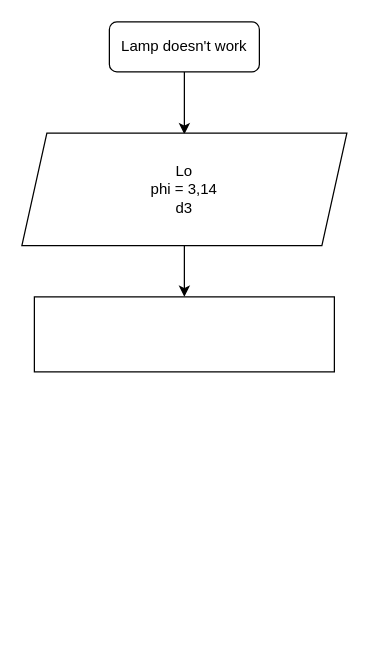
The draw.io diagram Flowchart menghitung luas lingkaran jika hanya diketahui diameter saja.drawio in leonardoalexdavinci/menghitung_luas_lingkaran_jika_hanya_diketahui_diameter_lingkaran_saja, before the edit. Source tidied: cells renumbered, new cells numbered last; positions are measured from the earlier drawing's top-left corner, leaving out a move shared by most shapes. Both pictures are drawn from the tidied source at 125%, with x=0, y=0 at pixel (21, 21).
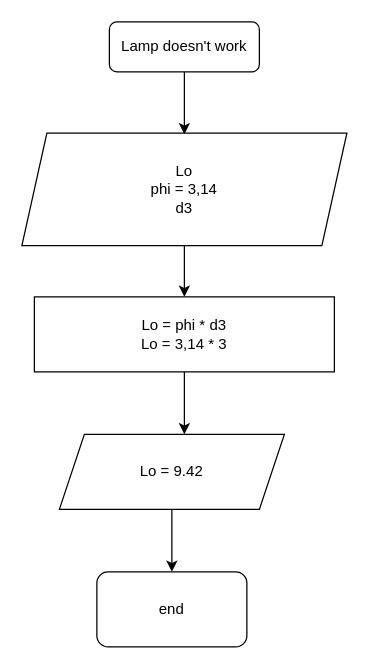
The same page after the edit.

The edit, as a diff of the source:
```diff
@@
 <mxGraphModel>
   <root>
     <mxCell id="0" />
     <mxCell id="1" parent="0" />
     <mxCell id="2" style="edgeStyle=orthogonalEdgeStyle;rounded=0;jettySize=auto;html=1;" parent="1" edge="1" source="3">
       <mxGeometry relative="1" as="geometry">
         <mxPoint x="130" y="90" as="targetPoint" />
       </mxGeometry>
     </mxCell>
     <mxCell id="3" value="Lamp doesn't work" style="rounded=1;whiteSpace=wrap;html=1;fontSize=12;glass=0;strokeWidth=1;shadow=0;" parent="1" vertex="1">
       <mxGeometry x="70" width="120" height="40" as="geometry" />
     </mxCell>
     <mxCell id="4" style="edgeStyle=orthogonalEdgeStyle;rounded=0;jettySize=auto;html=1;" parent="1" edge="1" source="5">
       <mxGeometry relative="1" as="geometry">
         <mxPoint x="130" y="220" as="targetPoint" />
       </mxGeometry>
     </mxCell>
     <mxCell id="5" value="&lt;div&gt;Lo&lt;/div&gt;&lt;div&gt;phi = 3,14&lt;br&gt;&lt;/div&gt;&lt;div&gt;d3&lt;br&gt;&lt;/div&gt;" style="shape=parallelogram;perimeter=parallelogramPerimeter;whiteSpace=wrap;html=1;fixedSize=1;" parent="1" vertex="1">
       <mxGeometry y="89" width="260" height="90" as="geometry" />
     </mxCell>
+    <mxCell id="7" style="edgeStyle=orthogonalEdgeStyle;rounded=0;jettySize=auto;html=1;" parent="1" edge="1" source="6">
+      <mxGeometry relative="1" as="geometry">
+        <mxPoint x="130" y="330" as="targetPoint" />
+      </mxGeometry>
+    </mxCell>
-    <mxCell id="6" style="rounded=0;whiteSpace=wrap;html=1;" parent="1" vertex="1">
+    <mxCell id="6" value="&lt;div&gt;Lo = phi * d3&lt;/div&gt;&lt;div&gt;Lo = 3,14 * 3 &lt;br&gt;&lt;/div&gt;" style="rounded=0;whiteSpace=wrap;html=1;" parent="1" vertex="1">
       <mxGeometry x="10" y="220" width="240" height="60" as="geometry" />
     </mxCell>
+    <mxCell id="8" style="edgeStyle=orthogonalEdgeStyle;rounded=0;jettySize=auto;html=1;" parent="1" edge="1" source="9">
+      <mxGeometry relative="1" as="geometry">
+        <mxPoint x="120" y="440" as="targetPoint" />
+      </mxGeometry>
+    </mxCell>
+    <mxCell id="9" value="Lo = 9.42" style="shape=parallelogram;perimeter=parallelogramPerimeter;whiteSpace=wrap;html=1;fixedSize=1;" parent="1" vertex="1">
+      <mxGeometry x="30" y="330" width="180" height="60" as="geometry" />
+    </mxCell>
+    <mxCell id="10" value="end" style="rounded=1;whiteSpace=wrap;html=1;" parent="1" vertex="1">
+      <mxGeometry x="60" y="440" width="120" height="60" as="geometry" />
+    </mxCell>
   </root>
 </mxGraphModel>
```
